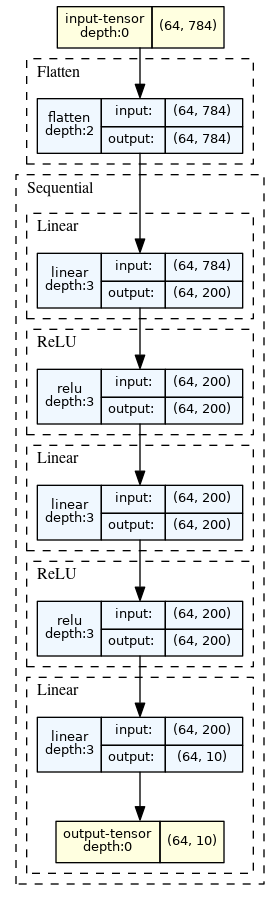
Before: my2NN.gv.png, a diagram exported from Graphviz (wai-ming-chan/fed_avg). Its source is kept beside it as my2NN.gv. Its diagram source:
```dot
strict digraph my2NN {
	graph [ordering=in rankdir=TB size="12.0,12.0"]
	node [align=left fontname="Linux libertine" fontsize=10 height=0.2 margin=0 ranksep=0.1 shape=plaintext style=filled]
	edge [fontsize=10]
	0 [label=<
                    <TABLE BORDER="0" CELLBORDER="1"
                    CELLSPACING="0" CELLPADDING="4">
                        <TR><TD>input-tensor<BR/>depth:0</TD><TD>(64, 784)</TD></TR>
                    </TABLE>> fillcolor=lightyellow]
	subgraph cluster_2 {
		fontsize=12 label=Flatten labeljust=l style=dashed
		1 [label=<
                    <TABLE BORDER="0" CELLBORDER="1"
                    CELLSPACING="0" CELLPADDING="4">
                    <TR>
                        <TD ROWSPAN="2">flatten<BR/>depth:2</TD>
                        <TD COLSPAN="2">input:</TD>
                        <TD COLSPAN="2">(64, 784) </TD>
                    </TR>
                    <TR>
                        <TD COLSPAN="2">output: </TD>
                        <TD COLSPAN="2">(64, 784) </TD>
                    </TR>
                    </TABLE>> fillcolor=aliceblue]
	}
	subgraph cluster_3 {
		fontsize=12 label=Sequential labeljust=l style=dashed
		subgraph cluster_4 {
			fontsize=12 label=Linear labeljust=l style=dashed
			2 [label=<
                    <TABLE BORDER="0" CELLBORDER="1"
                    CELLSPACING="0" CELLPADDING="4">
                    <TR>
                        <TD ROWSPAN="2">linear<BR/>depth:3</TD>
                        <TD COLSPAN="2">input:</TD>
                        <TD COLSPAN="2">(64, 784) </TD>
                    </TR>
                    <TR>
                        <TD COLSPAN="2">output: </TD>
                        <TD COLSPAN="2">(64, 200) </TD>
                    </TR>
                    </TABLE>> fillcolor=aliceblue]
		}
		subgraph cluster_5 {
			fontsize=12 label=ReLU labeljust=l style=dashed
			3 [label=<
                    <TABLE BORDER="0" CELLBORDER="1"
                    CELLSPACING="0" CELLPADDING="4">
                    <TR>
                        <TD ROWSPAN="2">relu<BR/>depth:3</TD>
                        <TD COLSPAN="2">input:</TD>
                        <TD COLSPAN="2">(64, 200) </TD>
                    </TR>
                    <TR>
                        <TD COLSPAN="2">output: </TD>
                        <TD COLSPAN="2">(64, 200) </TD>
                    </TR>
                    </TABLE>> fillcolor=aliceblue]
		}
		subgraph cluster_6 {
			fontsize=12 label=Linear labeljust=l style=dashed
			4 [label=<
                    <TABLE BORDER="0" CELLBORDER="1"
                    CELLSPACING="0" CELLPADDING="4">
                    <TR>
                        <TD ROWSPAN="2">linear<BR/>depth:3</TD>
                        <TD COLSPAN="2">input:</TD>
                        <TD COLSPAN="2">(64, 200) </TD>
                    </TR>
                    <TR>
                        <TD COLSPAN="2">output: </TD>
                        <TD COLSPAN="2">(64, 200) </TD>
                    </TR>
                    </TABLE>> fillcolor=aliceblue]
		}
		subgraph cluster_7 {
			fontsize=12 label=ReLU labeljust=l style=dashed
			5 [label=<
                    <TABLE BORDER="0" CELLBORDER="1"
                    CELLSPACING="0" CELLPADDING="4">
                    <TR>
                        <TD ROWSPAN="2">relu<BR/>depth:3</TD>
                        <TD COLSPAN="2">input:</TD>
                        <TD COLSPAN="2">(64, 200) </TD>
                    </TR>
                    <TR>
                        <TD COLSPAN="2">output: </TD>
                        <TD COLSPAN="2">(64, 200) </TD>
                    </TR>
                    </TABLE>> fillcolor=aliceblue]
		}
		subgraph cluster_8 {
			fontsize=12 label=Linear labeljust=l style=dashed
			6 [label=<
                    <TABLE BORDER="0" CELLBORDER="1"
                    CELLSPACING="0" CELLPADDING="4">
                    <TR>
                        <TD ROWSPAN="2">linear<BR/>depth:3</TD>
                        <TD COLSPAN="2">input:</TD>
                        <TD COLSPAN="2">(64, 200) </TD>
                    </TR>
                    <TR>
                        <TD COLSPAN="2">output: </TD>
                        <TD COLSPAN="2">(64, 10) </TD>
                    </TR>
                    </TABLE>> fillcolor=aliceblue]
			7 [label=<
                    <TABLE BORDER="0" CELLBORDER="1"
                    CELLSPACING="0" CELLPADDING="4">
                        <TR><TD>output-tensor<BR/>depth:0</TD><TD>(64, 10)</TD></TR>
                    </TABLE>> fillcolor=lightyellow]
		}
	}
	0 -> 1
	1 -> 2
	2 -> 3
	3 -> 4
	4 -> 5
	5 -> 6
	6 -> 7
}
```
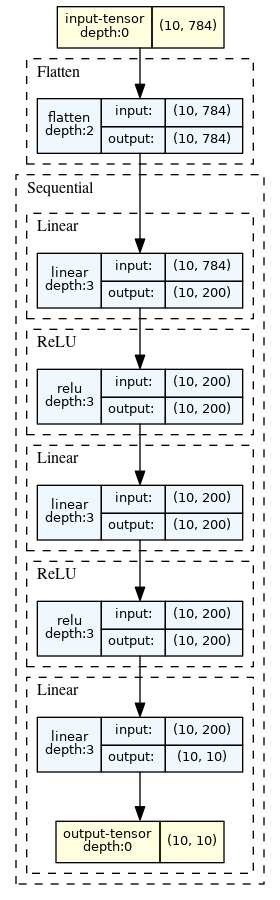
The same file after the commit.

Diff of the diagram source:
```diff
@@ -5,7 +5,7 @@
 	0 [label=<
                     <TABLE BORDER="0" CELLBORDER="1"
                     CELLSPACING="0" CELLPADDING="4">
-                        <TR><TD>input-tensor<BR/>depth:0</TD><TD>(64, 784)</TD></TR>
+                        <TR><TD>input-tensor<BR/>depth:0</TD><TD>(10, 784)</TD></TR>
                     </TABLE>> fillcolor=lightyellow]
 	subgraph cluster_2 {
 		fontsize=12 label=Flatten labeljust=l style=dashed
@@ -15,11 +15,11 @@
                     <TR>
                         <TD ROWSPAN="2">flatten<BR/>depth:2</TD>
                         <TD COLSPAN="2">input:</TD>
-                        <TD COLSPAN="2">(64, 784) </TD>
+                        <TD COLSPAN="2">(10, 784) </TD>
                     </TR>
                     <TR>
                         <TD COLSPAN="2">output: </TD>
-                        <TD COLSPAN="2">(64, 784) </TD>
+                        <TD COLSPAN="2">(10, 784) </TD>
                     </TR>
                     </TABLE>> fillcolor=aliceblue]
 	}
@@ -33,11 +33,11 @@
                     <TR>
                         <TD ROWSPAN="2">linear<BR/>depth:3</TD>
                         <TD COLSPAN="2">input:</TD>
-                        <TD COLSPAN="2">(64, 784) </TD>
+                        <TD COLSPAN="2">(10, 784) </TD>
                     </TR>
                     <TR>
                         <TD COLSPAN="2">output: </TD>
-                        <TD COLSPAN="2">(64, 200) </TD>
+                        <TD COLSPAN="2">(10, 200) </TD>
                     </TR>
                     </TABLE>> fillcolor=aliceblue]
 		}
@@ -49,11 +49,11 @@
                     <TR>
                         <TD ROWSPAN="2">relu<BR/>depth:3</TD>
                         <TD COLSPAN="2">input:</TD>
-                        <TD COLSPAN="2">(64, 200) </TD>
+                        <TD COLSPAN="2">(10, 200) </TD>
                     </TR>
                     <TR>
                         <TD COLSPAN="2">output: </TD>
-                        <TD COLSPAN="2">(64, 200) </TD>
+                        <TD COLSPAN="2">(10, 200) </TD>
                     </TR>
                     </TABLE>> fillcolor=aliceblue]
 		}
@@ -65,11 +65,11 @@
                     <TR>
                         <TD ROWSPAN="2">linear<BR/>depth:3</TD>
                         <TD COLSPAN="2">input:</TD>
-                        <TD COLSPAN="2">(64, 200) </TD>
+                        <TD COLSPAN="2">(10, 200) </TD>
                     </TR>
                     <TR>
                         <TD COLSPAN="2">output: </TD>
-                        <TD COLSPAN="2">(64, 200) </TD>
+                        <TD COLSPAN="2">(10, 200) </TD>
                     </TR>
                     </TABLE>> fillcolor=aliceblue]
 		}
@@ -81,11 +81,11 @@
                     <TR>
                         <TD ROWSPAN="2">relu<BR/>depth:3</TD>
                         <TD COLSPAN="2">input:</TD>
-                        <TD COLSPAN="2">(64, 200) </TD>
+                        <TD COLSPAN="2">(10, 200) </TD>
                     </TR>
                     <TR>
                         <TD COLSPAN="2">output: </TD>
-                        <TD COLSPAN="2">(64, 200) </TD>
+                        <TD COLSPAN="2">(10, 200) </TD>
                     </TR>
                     </TABLE>> fillcolor=aliceblue]
 		}
@@ -97,17 +97,17 @@
                     <TR>
                         <TD ROWSPAN="2">linear<BR/>depth:3</TD>
                         <TD COLSPAN="2">input:</TD>
-                        <TD COLSPAN="2">(64, 200) </TD>
+                        <TD COLSPAN="2">(10, 200) </TD>
                     </TR>
                     <TR>
                         <TD COLSPAN="2">output: </TD>
-                        <TD COLSPAN="2">(64, 10) </TD>
+                        <TD COLSPAN="2">(10, 10) </TD>
                     </TR>
                     </TABLE>> fillcolor=aliceblue]
 			7 [label=<
                     <TABLE BORDER="0" CELLBORDER="1"
                     CELLSPACING="0" CELLPADDING="4">
-                        <TR><TD>output-tensor<BR/>depth:0</TD><TD>(64, 10)</TD></TR>
+                        <TR><TD>output-tensor<BR/>depth:0</TD><TD>(10, 10)</TD></TR>
                     </TABLE>> fillcolor=lightyellow]
 		}
 	}
```
